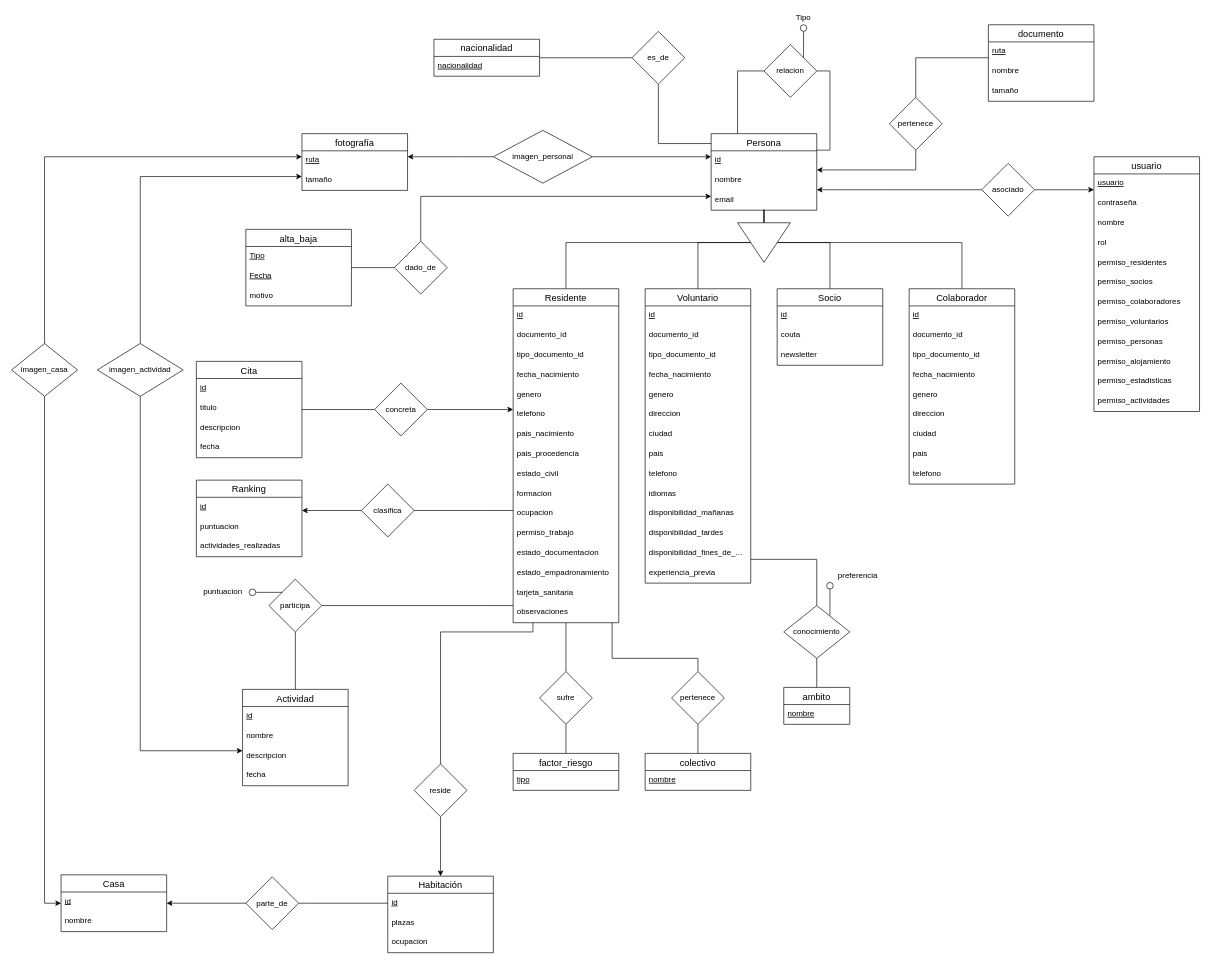
Above: diseno/base_de_datos/ER.drawio in corderop/TFG (draw.io), before the change. Source tidied: cells renumbered, new cells numbered last; positions are measured from the earlier drawing's top-left corner, leaving out a move shared by most shapes. Both pictures are drawn from the tidied source at 66%, with x=0, y=0 at pixel (11, 11).
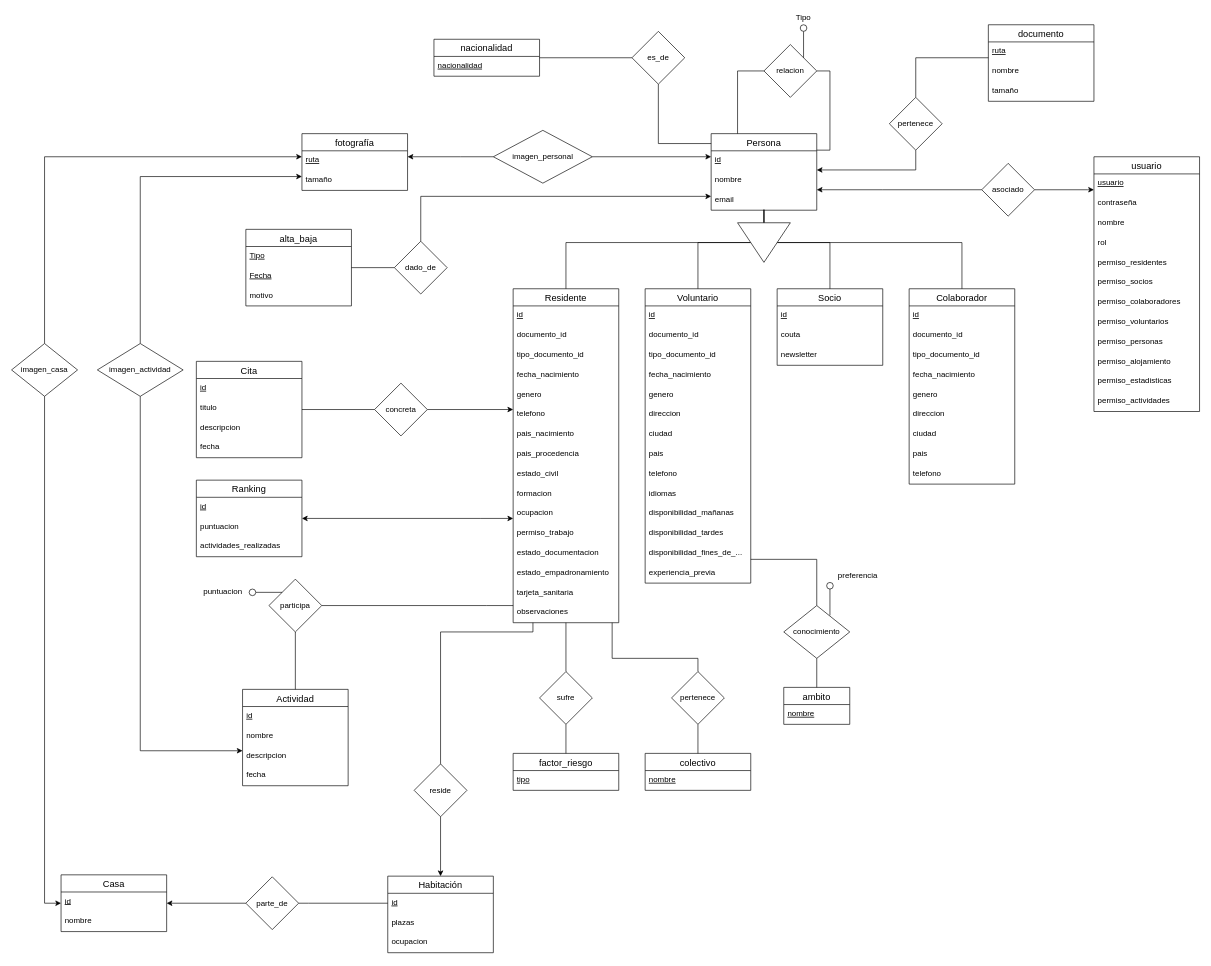
The same page after the edit.

Commit message:
diseño: 🐛 La relación entre ranking y residente ahora es única

Unchanged cells that the change refers to:
```xml
<mxCell id="37" value="Residente" style="swimlane;fontStyle=0;horizontal=1;startSize=26;align=center;fontSize=14;" parent="1" vertex="1">
  <mxGeometry x="760" y="420" width="160" height="506" as="geometry" />
</mxCell>
<mxCell id="113" value="Ranking" style="swimlane;fontStyle=0;horizontal=1;startSize=26;align=center;fontSize=14;" parent="1" vertex="1">
  <mxGeometry x="280" y="710" width="160" height="116" as="geometry" />
</mxCell>
```

What changed in the source:
```diff
@@
+    <mxCell id="169" style="edgeStyle=orthogonalEdgeStyle;rounded=0;jettySize=auto;html=1;startArrow=classic;startFill=1;" parent="1" edge="1" source="113" target="37">
+      <mxGeometry relative="1" as="geometry">
+        <Array as="points">
+          <mxPoint x="710" y="768" />
+          <mxPoint x="710" y="768" />
+        </Array>
+      </mxGeometry>
+    </mxCell>
@@
-    <mxCell id="117" style="edgeStyle=orthogonalEdgeStyle;rounded=0;jettySize=auto;html=1;endArrow=none;endFill=0;exitX=1;exitY=0.5;exitDx=0;exitDy=0;" parent="1" edge="1" source="119" target="37">
-      <mxGeometry relative="1" as="geometry">
-        <Array as="points">
-          <mxPoint x="720" y="756" />
-          <mxPoint x="720" y="756" />
-        </Array>
-      </mxGeometry>
-    </mxCell>
-    <mxCell id="118" style="edgeStyle=orthogonalEdgeStyle;rounded=0;jettySize=auto;html=1;endArrow=classic;endFill=1;" parent="1" edge="1" source="119" target="113">
-      <mxGeometry relative="1" as="geometry">
-        <Array as="points">
-          <mxPoint x="490" y="756" />
-          <mxPoint x="490" y="756" />
-        </Array>
-      </mxGeometry>
-    </mxCell>
-    <mxCell id="119" value="clasifica" style="rhombus;whiteSpace=wrap;html=1;" parent="1" vertex="1">
-      <mxGeometry x="530" y="716" width="80" height="80" as="geometry" />
-    </mxCell>
```
